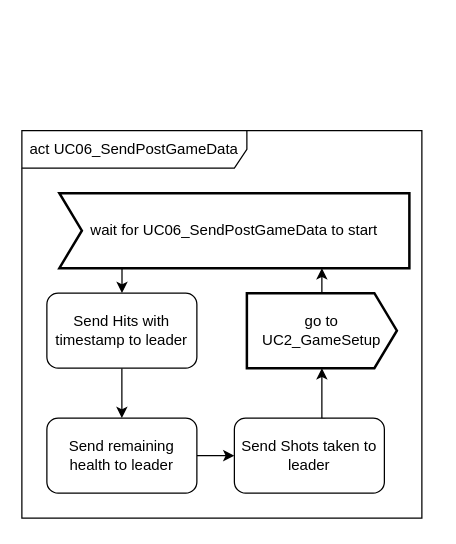
Above: diagrammen/Activity diagrams/AD_player_UC06_SendPostGameData.drawio in toob01/LaserGameHU (draw.io), before the change. Source tidied: cells renumbered, new cells numbered last; positions are measured from the earlier drawing's top-left corner, leaving out a move shared by most shapes. Both pictures are drawn from the tidied source at 125%, with x=0, y=0 at pixel (21, 130).
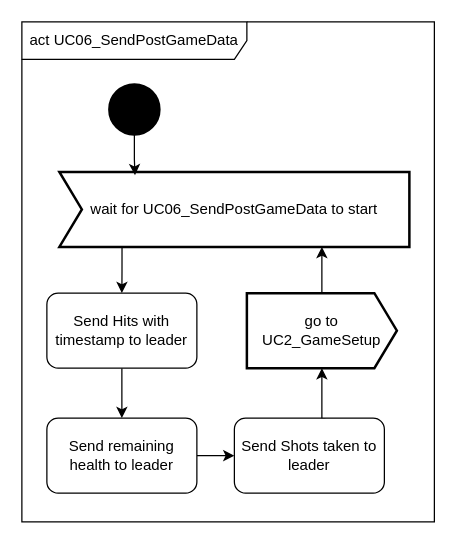
Above is the later version.

Change to the diagram source:
```diff
@@
 <mxGraphModel>
   <root>
     <mxCell id="0" />
     <mxCell id="1" parent="0" />
     <mxCell id="2" value="act UC06_SendPostGameData" style="shape=umlFrame;whiteSpace=wrap;html=1;width=180;height=30;" parent="1" vertex="1">
-      <mxGeometry width="320" height="310" as="geometry" />
+      <mxGeometry y="-87" width="330" height="400" as="geometry" />
     </mxCell>
     <mxCell id="3" style="edgeStyle=orthogonalEdgeStyle;rounded=0;jettySize=auto;html=1;entryX=0.5;entryY=0;entryDx=0;entryDy=0;" parent="1" edge="1" source="4" target="6">
       <mxGeometry relative="1" as="geometry" />
     </mxCell>
     <mxCell id="4" value="Send Hits with timestamp to leader" style="rounded=1;whiteSpace=wrap;html=1;" parent="1" vertex="1">
       <mxGeometry x="20" y="130" width="120" height="60" as="geometry" />
     </mxCell>
     <mxCell id="5" style="edgeStyle=orthogonalEdgeStyle;rounded=0;jettySize=auto;html=1;" parent="1" edge="1" source="6" target="8">
       <mxGeometry relative="1" as="geometry" />
     </mxCell>
     <mxCell id="6" value="Send remaining health to leader" style="rounded=1;whiteSpace=wrap;html=1;" parent="1" vertex="1">
       <mxGeometry x="20" y="230" width="120" height="60" as="geometry" />
     </mxCell>
     <mxCell id="7" style="edgeStyle=orthogonalEdgeStyle;rounded=0;jettySize=auto;html=1;exitX=0.607;exitY=0.007;exitDx=0;exitDy=0;exitPerimeter=0;" parent="1" edge="1" source="8" target="10">
       <mxGeometry relative="1" as="geometry">
         <Array as="points">
           <mxPoint x="240" y="230" />
         </Array>
       </mxGeometry>
     </mxCell>
     <mxCell id="8" value="Send Shots taken to leader" style="rounded=1;whiteSpace=wrap;html=1;" parent="1" vertex="1">
       <mxGeometry x="170" y="230" width="120" height="60" as="geometry" />
     </mxCell>
     <mxCell id="9" style="edgeStyle=orthogonalEdgeStyle;rounded=0;jettySize=auto;html=1;" parent="1" edge="1" source="10" target="12">
       <mxGeometry relative="1" as="geometry">
         <Array as="points">
           <mxPoint x="230" y="80" />
         </Array>
       </mxGeometry>
     </mxCell>
     <mxCell id="10" value="go to UC2_GameSetup" style="html=1;shape=mxgraph.sysml.sendSigAct;strokeWidth=2;whiteSpace=wrap;align=center;" parent="1" vertex="1">
       <mxGeometry x="180" y="130" width="120" height="60" as="geometry" />
     </mxCell>
     <mxCell id="11" style="edgeStyle=orthogonalEdgeStyle;rounded=0;jettySize=auto;html=1;exitX=0.179;exitY=1;exitDx=0;exitDy=0;exitPerimeter=0;" parent="1" edge="1" source="12" target="4">
       <mxGeometry relative="1" as="geometry" />
     </mxCell>
     <mxCell id="12" value="wait for UC06_SendPostGameData to start" style="html=1;shape=mxgraph.sysml.accEvent;strokeWidth=2;whiteSpace=wrap;align=center;" parent="1" vertex="1">
-      <mxGeometry x="30" y="50" width="280" height="60" as="geometry" />
+      <mxGeometry x="30" y="33" width="280" height="60" as="geometry" />
     </mxCell>
+    <mxCell id="13" style="edgeStyle=orthogonalEdgeStyle;rounded=0;jettySize=auto;html=1;entryX=0.216;entryY=0.044;entryDx=0;entryDy=0;entryPerimeter=0;" parent="1" edge="1" source="14" target="12">
+      <mxGeometry relative="1" as="geometry" />
+    </mxCell>
+    <mxCell id="14" style="shape=ellipse;html=1;fillColor=strokeColor;strokeWidth=2;verticalLabelPosition=bottom;verticalAlignment=top;perimeter=ellipsePerimeter;" parent="1" vertex="1">
+      <mxGeometry x="70" y="-37" width="40" height="40" as="geometry" />
+    </mxCell>
   </root>
 </mxGraphModel>
```
